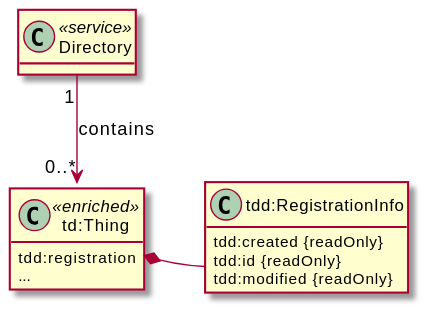
Before: images/directory-class-diagram.svg, a diagram exported from PlantUML (w3c/wot-discovery).
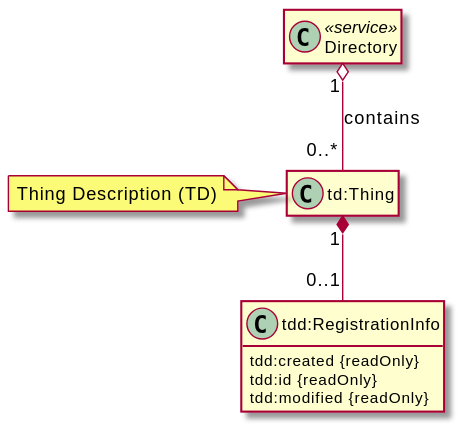
After the commit.

Commit message:
update description of diagrams, use aggregation for TDs

What changed in the source:
```diff
@@ -2,12 +2,11 @@
 hide methods
 
 class Directory <<service>>
+hide Directory members
 
-
-class EnrichedTD as "td:Thing" <<enriched>> {
-    tdd:registration
-    ...
-}
+class TD as "td:Thing"
+hide TD members
+note left: Thing Description (TD)
 
 class RI as "tdd:RegistrationInfo" {
     tdd:created {readOnly}
@@ -15,8 +14,8 @@
     tdd:modified {readOnly}
 }
 
-Directory "1" --> "0..*" EnrichedTD: contains
-EnrichedTD::registration *-right- RI
+Directory "1" o-- "0..*" TD: contains
+TD "1" *-- "0..1" RI
 
 
 @enduml
```
